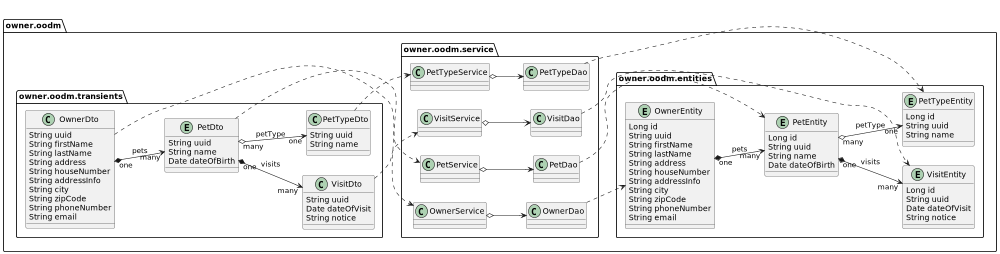
Jakarta-EE-Petclinic/petclinic-uml keeps this PlantUML diagram as uml/owner/implementation/DB__class.png. Above is the earlier version. The source it was exported from:
```plantuml
@startuml


left to right direction

scale 1000 width

package owner.oodm {

    package owner.oodm.entities {

        entity OwnerEntity {
            Long id
            String uuid
            String firstName
            String lastName
            String address
            String houseNumber
            String addressInfo
            String city
            String zipCode
            String phoneNumber
            String email
        }

        entity PetEntity {
            Long id
            String uuid
            String name
            Date dateOfBirth
        }

        entity VisitEntity {
            Long id
            String uuid
            Date dateOfVisit
            String notice
        }

        entity PetTypeEntity {
            Long id
            String uuid
            String name
        }
    }

    package owner.oodm.service {

        class OwnerService {
        }

        class OwnerDao {
        }

        class PetService {
        }

        class PetDao {
        }

        class VisitService {
        }

        class VisitDao {
        }

        class PetTypeService {
        }

        class PetTypeDao {
        }
    }

    package owner.oodm.transients {

        class OwnerDto {
            String uuid
            String firstName
            String lastName
            String address
            String houseNumber
            String addressInfo
            String city
            String zipCode
            String phoneNumber
            String email
        }

        entity PetDto {
            String uuid
            String name
            Date dateOfBirth
        }

        class PetTypeDto {
            String uuid
            String name
        }

        class VisitDto {
            String uuid
            Date dateOfVisit
            String notice
        }
    }
}

OwnerEntity "one"  *--> "many"  PetEntity: pets
PetEntity "one" *--> "many" VisitEntity: visits
PetEntity "many"  o-->  "one" PetTypeEntity: petType

OwnerDao ..> OwnerEntity
PetDao ..> PetEntity
PetTypeDao ..> PetTypeEntity
VisitDao ..> VisitEntity

OwnerService o--> OwnerDao
PetService o--> PetDao
PetTypeService o--> PetTypeDao
VisitService o--> VisitDao

OwnerDto "one"  *--> "many"  PetDto: pets
PetDto "one" *--> "many" VisitDto: visits
PetDto "many"  o-->  "one" PetTypeDto: petType

OwnerDto ..> OwnerService
PetDto ..> PetService
VisitDto ..> VisitService
PetTypeDto  ..> PetTypeService

@enduml
```
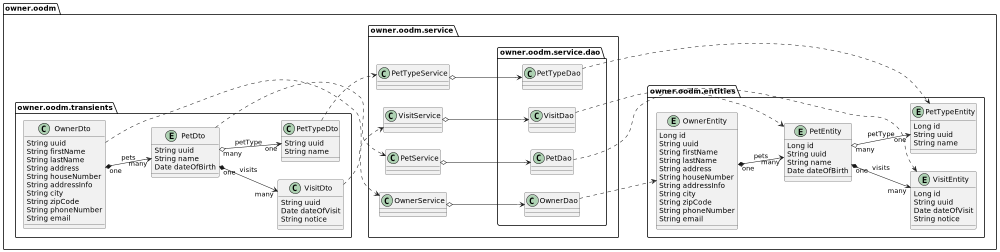
After the change.

The edit, as a diff of the source:
```diff
@@ -42,6 +42,11 @@
             String uuid
             String name
         }
+
+        OwnerEntity "one"  *--> "many"  PetEntity: pets
+        PetEntity "one" *--> "many" VisitEntity: visits
+        PetEntity "many"  o-->  "one" PetTypeEntity: petType
+
     }
 
     package owner.oodm.service {
@@ -49,26 +54,39 @@
         class OwnerService {
         }
 
-        class OwnerDao {
-        }
-
         class PetService {
-        }
-
-        class PetDao {
         }
 
         class VisitService {
         }
 
-        class VisitDao {
-        }
-
         class PetTypeService {
         }
 
-        class PetTypeDao {
+        package owner.oodm.service.dao {
+
+            class OwnerDao {
+            }
+
+            class PetDao {
+            }
+
+            class VisitDao {
+            }
+
+            class PetTypeDao {
+            }
+
+            OwnerDao ..> OwnerEntity
+            PetDao ..> PetEntity
+            PetTypeDao ..> PetTypeEntity
+            VisitDao ..> VisitEntity
         }
+
+        OwnerService o--> OwnerDao
+        PetService o--> PetDao
+        PetTypeService o--> PetTypeDao
+        VisitService o--> VisitDao
     }
 
     package owner.oodm.transients {
@@ -102,30 +120,16 @@
             Date dateOfVisit
             String notice
         }
+
+        OwnerDto "one"  *--> "many"  PetDto: pets
+        PetDto "one" *--> "many" VisitDto: visits
+        PetDto "many"  o-->  "one" PetTypeDto: petType
+
+        OwnerDto ..> OwnerService
+        PetDto ..> PetService
+        VisitDto ..> VisitService
+        PetTypeDto  ..> PetTypeService
     }
 }
 
-OwnerEntity "one"  *--> "many"  PetEntity: pets
-PetEntity "one" *--> "many" VisitEntity: visits
-PetEntity "many"  o-->  "one" PetTypeEntity: petType
-
-OwnerDao ..> OwnerEntity
-PetDao ..> PetEntity
-PetTypeDao ..> PetTypeEntity
-VisitDao ..> VisitEntity
-
-OwnerService o--> OwnerDao
-PetService o--> PetDao
-PetTypeService o--> PetTypeDao
-VisitService o--> VisitDao
-
-OwnerDto "one"  *--> "many"  PetDto: pets
-PetDto "one" *--> "many" VisitDto: visits
-PetDto "many"  o-->  "one" PetTypeDto: petType
-
-OwnerDto ..> OwnerService
-PetDto ..> PetService
-VisitDto ..> VisitService
-PetTypeDto  ..> PetTypeService
-
 @enduml
```
